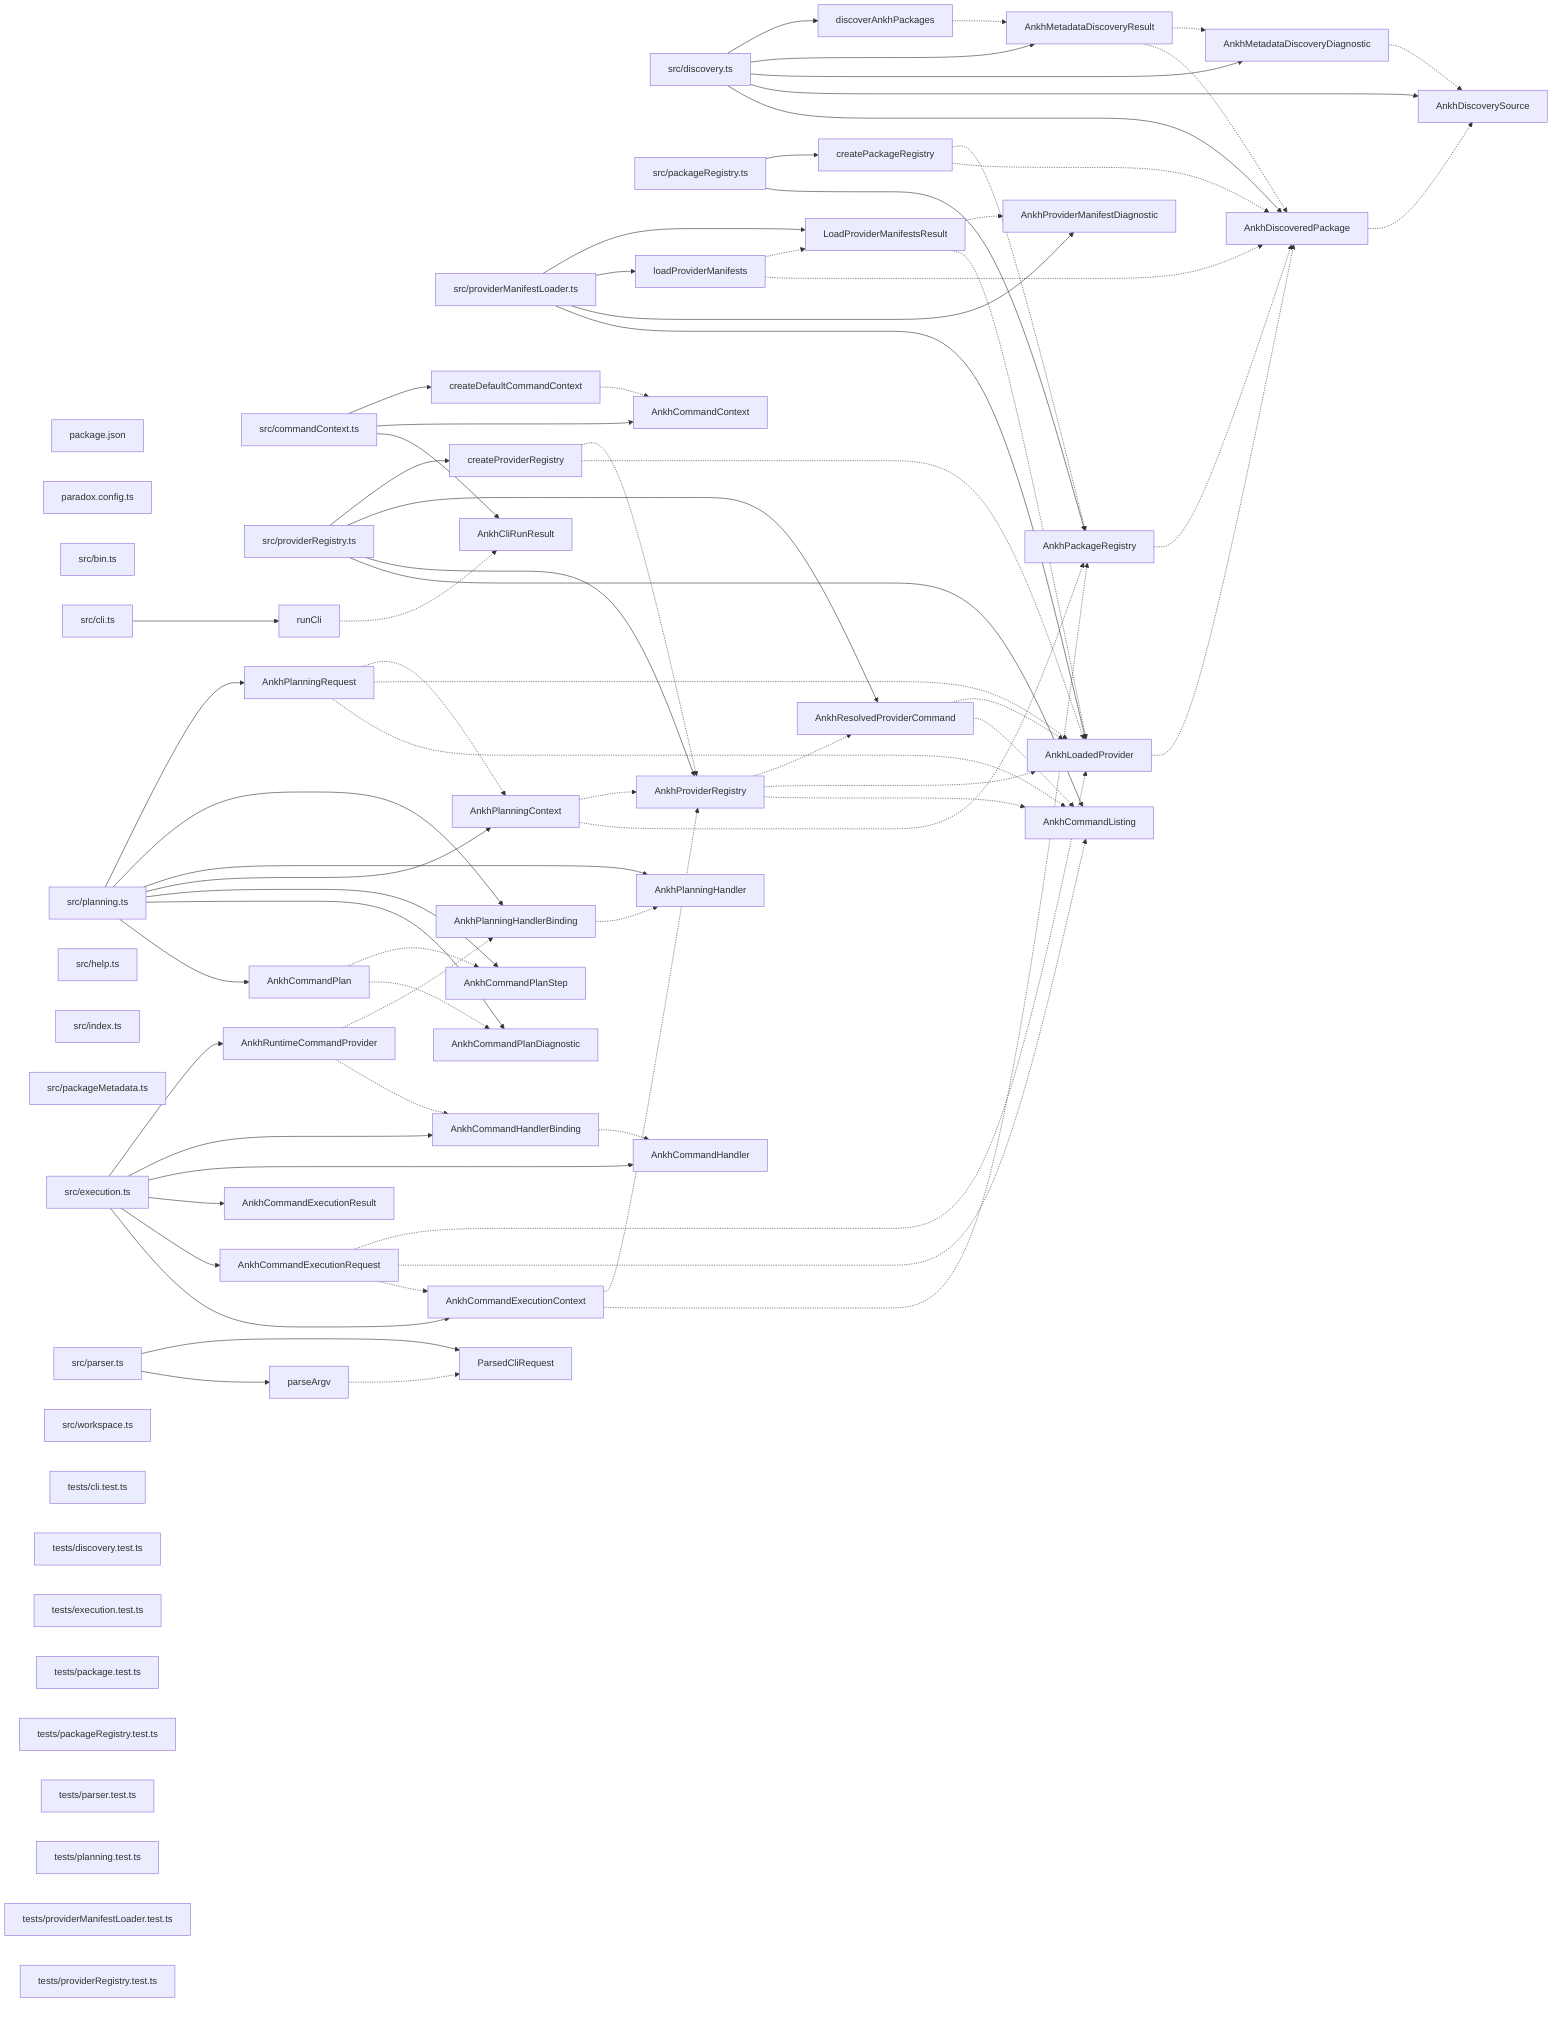
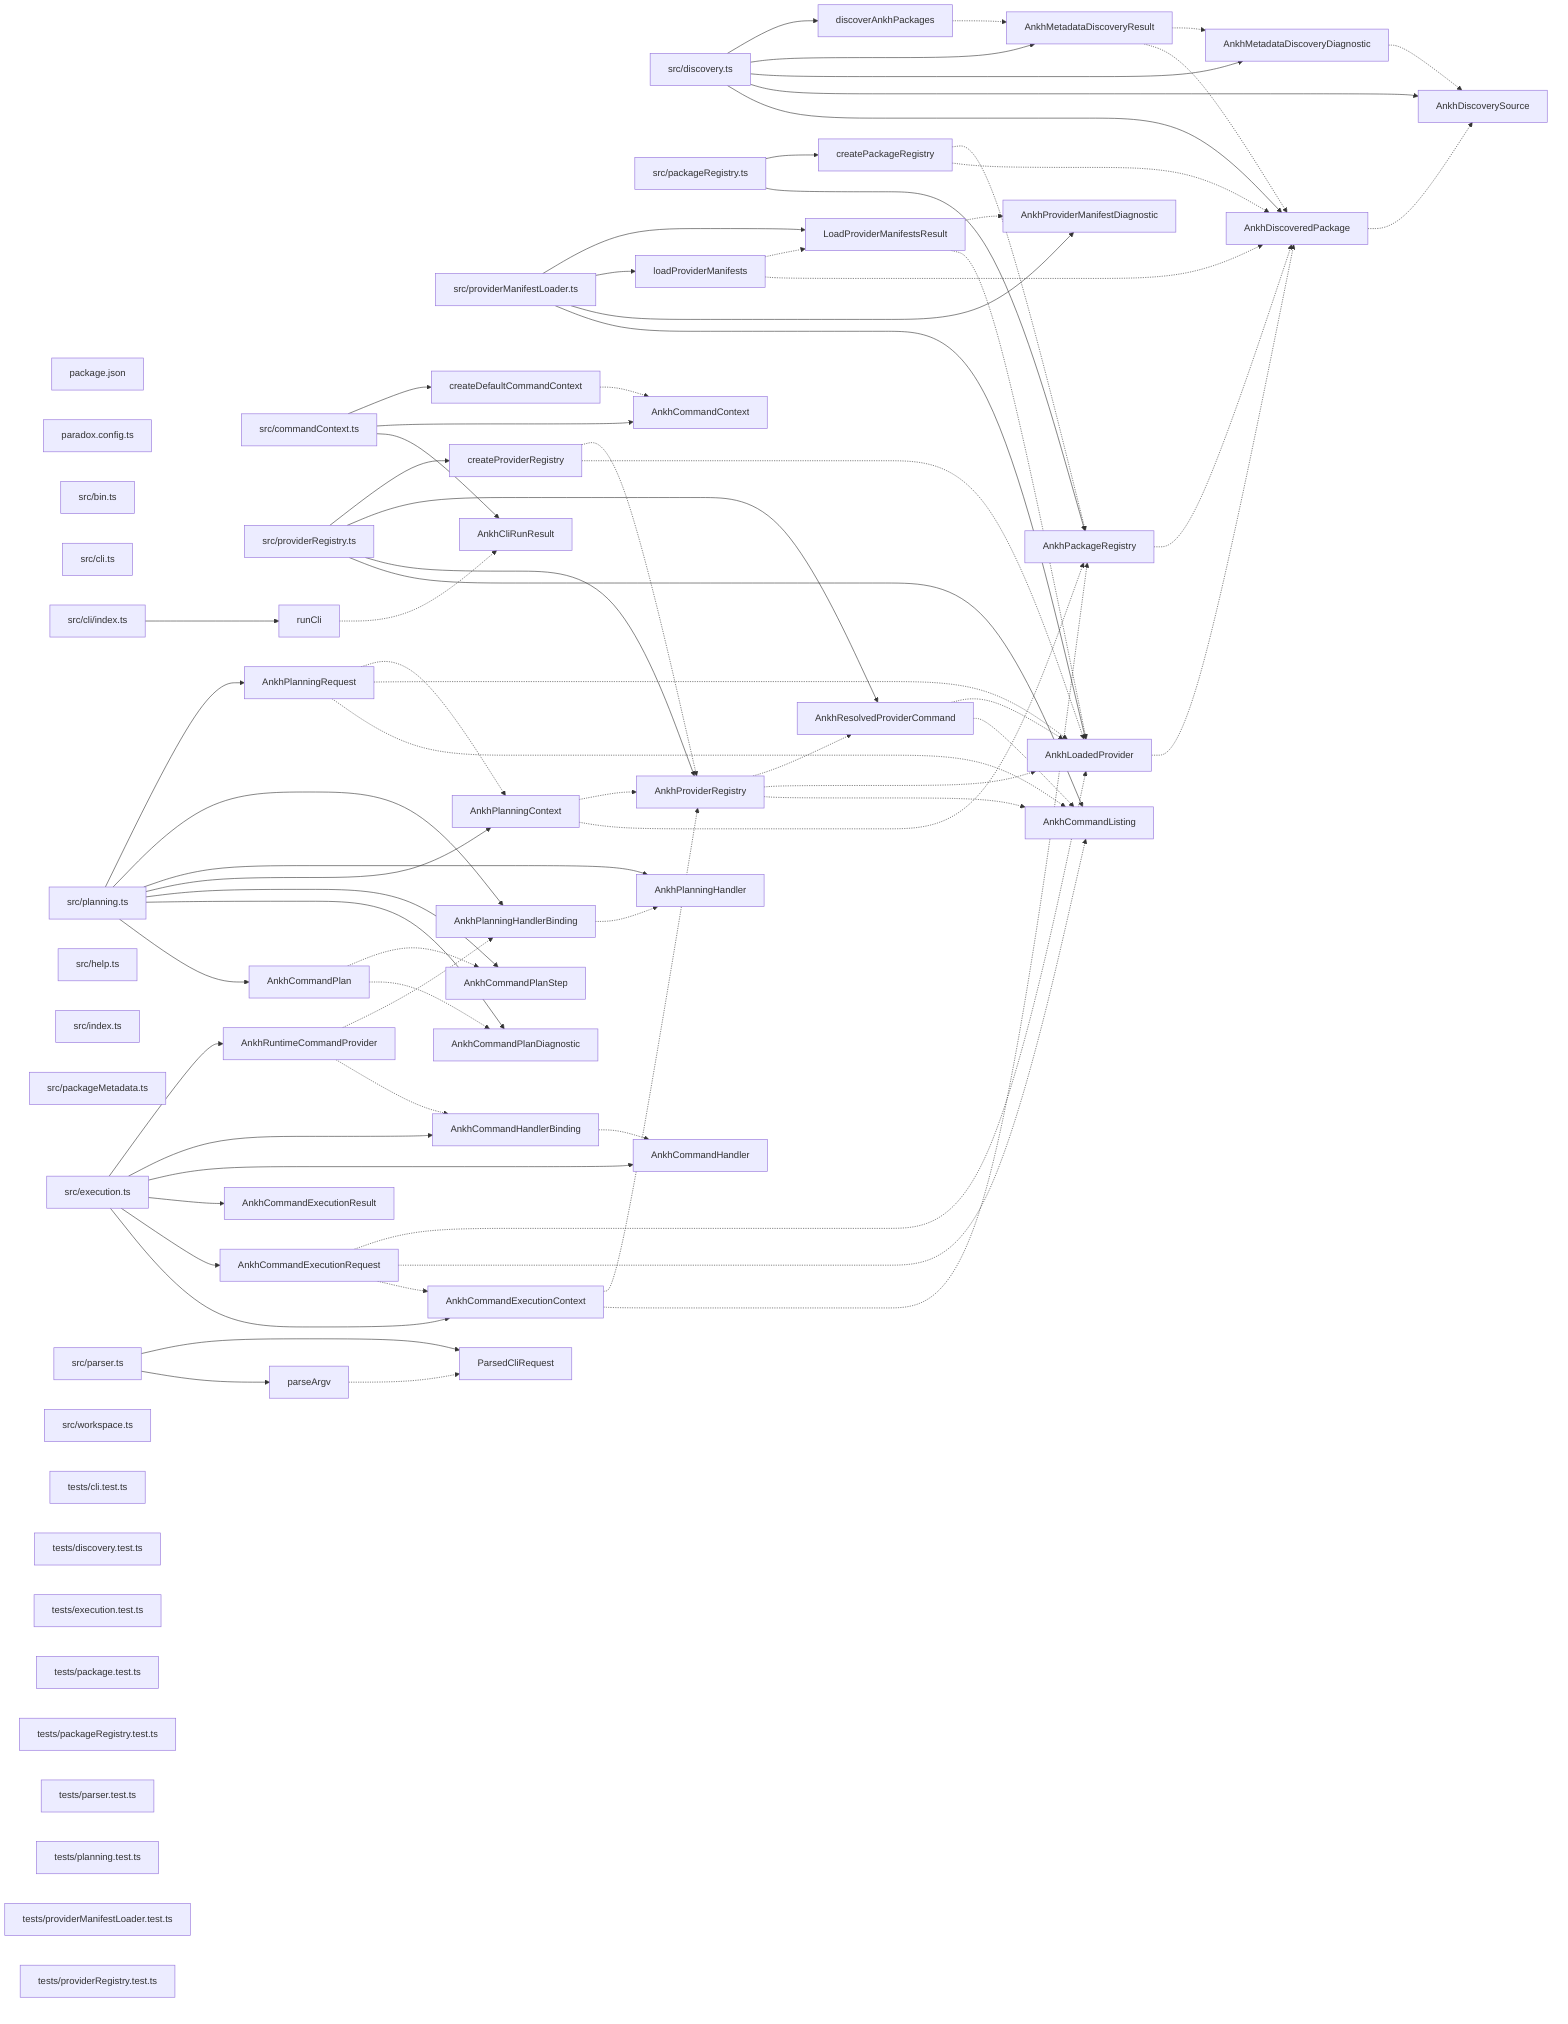
graph LR
  module_package_json["package.json"]
  module_paradox_config_ts["paradox.config.ts"]
  module_src_bin_ts["src/bin.ts"]
  module_src_cli_ts["src/cli.ts"]
+   module_src_cli_index_ts["src/cli/index.ts"]
  module_src_commandContext_ts["src/commandContext.ts"]
  module_src_discovery_ts["src/discovery.ts"]
  module_src_execution_ts["src/execution.ts"]
  module_src_help_ts["src/help.ts"]
  module_src_index_ts["src/index.ts"]
  module_src_packageMetadata_ts["src/packageMetadata.ts"]
  module_src_packageRegistry_ts["src/packageRegistry.ts"]
  module_src_parser_ts["src/parser.ts"]
  module_src_planning_ts["src/planning.ts"]
  module_src_providerManifestLoader_ts["src/providerManifestLoader.ts"]
  module_src_providerRegistry_ts["src/providerRegistry.ts"]
  module_src_workspace_ts["src/workspace.ts"]
  module_tests_cli_test_ts["tests/cli.test.ts"]
  module_tests_discovery_test_ts["tests/discovery.test.ts"]
  module_tests_execution_test_ts["tests/execution.test.ts"]
  module_tests_package_test_ts["tests/package.test.ts"]
  module_tests_packageRegistry_test_ts["tests/packageRegistry.test.ts"]
  module_tests_parser_test_ts["tests/parser.test.ts"]
  module_tests_planning_test_ts["tests/planning.test.ts"]
  module_tests_providerManifestLoader_test_ts["tests/providerManifestLoader.test.ts"]
  module_tests_providerRegistry_test_ts["tests/providerRegistry.test.ts"]
  export_AnkhCliRunResult["AnkhCliRunResult"]
  module_src_commandContext_ts --> export_AnkhCliRunResult
  export_AnkhCommandContext["AnkhCommandContext"]
  module_src_commandContext_ts --> export_AnkhCommandContext
  export_AnkhCommandExecutionContext["AnkhCommandExecutionContext"]
  module_src_execution_ts --> export_AnkhCommandExecutionContext
  export_AnkhCommandExecutionContext -.-> export_AnkhPackageRegistry
  export_AnkhCommandExecutionContext -.-> export_AnkhProviderRegistry
  export_AnkhCommandExecutionRequest["AnkhCommandExecutionRequest"]
  module_src_execution_ts --> export_AnkhCommandExecutionRequest
  export_AnkhCommandExecutionRequest -.-> export_AnkhCommandExecutionContext
  export_AnkhCommandExecutionRequest -.-> export_AnkhCommandListing
  export_AnkhCommandExecutionRequest -.-> export_AnkhLoadedProvider
  export_AnkhCommandExecutionResult["AnkhCommandExecutionResult"]
  module_src_execution_ts --> export_AnkhCommandExecutionResult
  export_AnkhCommandHandler["AnkhCommandHandler"]
  module_src_execution_ts --> export_AnkhCommandHandler
  export_AnkhCommandHandlerBinding["AnkhCommandHandlerBinding"]
  module_src_execution_ts --> export_AnkhCommandHandlerBinding
  export_AnkhCommandHandlerBinding -.-> export_AnkhCommandHandler
  export_AnkhCommandListing["AnkhCommandListing"]
  module_src_providerRegistry_ts --> export_AnkhCommandListing
  export_AnkhCommandPlan["AnkhCommandPlan"]
  module_src_planning_ts --> export_AnkhCommandPlan
  export_AnkhCommandPlan -.-> export_AnkhCommandPlanDiagnostic
  export_AnkhCommandPlan -.-> export_AnkhCommandPlanStep
  export_AnkhCommandPlanDiagnostic["AnkhCommandPlanDiagnostic"]
  module_src_planning_ts --> export_AnkhCommandPlanDiagnostic
  export_AnkhCommandPlanStep["AnkhCommandPlanStep"]
  module_src_planning_ts --> export_AnkhCommandPlanStep
  export_AnkhDiscoveredPackage["AnkhDiscoveredPackage"]
  module_src_discovery_ts --> export_AnkhDiscoveredPackage
  export_AnkhDiscoveredPackage -.-> export_AnkhDiscoverySource
  export_AnkhDiscoverySource["AnkhDiscoverySource"]
  module_src_discovery_ts --> export_AnkhDiscoverySource
  export_AnkhLoadedProvider["AnkhLoadedProvider"]
  module_src_providerManifestLoader_ts --> export_AnkhLoadedProvider
  export_AnkhLoadedProvider -.-> export_AnkhDiscoveredPackage
  export_AnkhMetadataDiscoveryDiagnostic["AnkhMetadataDiscoveryDiagnostic"]
  module_src_discovery_ts --> export_AnkhMetadataDiscoveryDiagnostic
  export_AnkhMetadataDiscoveryDiagnostic -.-> export_AnkhDiscoverySource
  export_AnkhMetadataDiscoveryResult["AnkhMetadataDiscoveryResult"]
  module_src_discovery_ts --> export_AnkhMetadataDiscoveryResult
  export_AnkhMetadataDiscoveryResult -.-> export_AnkhDiscoveredPackage
  export_AnkhMetadataDiscoveryResult -.-> export_AnkhMetadataDiscoveryDiagnostic
  export_AnkhPackageRegistry["AnkhPackageRegistry"]
  module_src_packageRegistry_ts --> export_AnkhPackageRegistry
  export_AnkhPackageRegistry -.-> export_AnkhDiscoveredPackage
  export_AnkhPlanningContext["AnkhPlanningContext"]
  module_src_planning_ts --> export_AnkhPlanningContext
  export_AnkhPlanningContext -.-> export_AnkhPackageRegistry
  export_AnkhPlanningContext -.-> export_AnkhProviderRegistry
  export_AnkhPlanningHandler["AnkhPlanningHandler"]
  module_src_planning_ts --> export_AnkhPlanningHandler
  export_AnkhPlanningHandlerBinding["AnkhPlanningHandlerBinding"]
  module_src_planning_ts --> export_AnkhPlanningHandlerBinding
  export_AnkhPlanningHandlerBinding -.-> export_AnkhPlanningHandler
  export_AnkhPlanningRequest["AnkhPlanningRequest"]
  module_src_planning_ts --> export_AnkhPlanningRequest
  export_AnkhPlanningRequest -.-> export_AnkhCommandListing
  export_AnkhPlanningRequest -.-> export_AnkhLoadedProvider
  export_AnkhPlanningRequest -.-> export_AnkhPlanningContext
  export_AnkhProviderManifestDiagnostic["AnkhProviderManifestDiagnostic"]
  module_src_providerManifestLoader_ts --> export_AnkhProviderManifestDiagnostic
  export_AnkhProviderRegistry["AnkhProviderRegistry"]
  module_src_providerRegistry_ts --> export_AnkhProviderRegistry
  export_AnkhProviderRegistry -.-> export_AnkhCommandListing
  export_AnkhProviderRegistry -.-> export_AnkhLoadedProvider
  export_AnkhProviderRegistry -.-> export_AnkhResolvedProviderCommand
  export_AnkhResolvedProviderCommand["AnkhResolvedProviderCommand"]
  module_src_providerRegistry_ts --> export_AnkhResolvedProviderCommand
  export_AnkhResolvedProviderCommand -.-> export_AnkhCommandListing
  export_AnkhResolvedProviderCommand -.-> export_AnkhLoadedProvider
  export_AnkhRuntimeCommandProvider["AnkhRuntimeCommandProvider"]
  module_src_execution_ts --> export_AnkhRuntimeCommandProvider
  export_AnkhRuntimeCommandProvider -.-> export_AnkhCommandHandlerBinding
  export_AnkhRuntimeCommandProvider -.-> export_AnkhPlanningHandlerBinding
  export_createDefaultCommandContext["createDefaultCommandContext"]
  module_src_commandContext_ts --> export_createDefaultCommandContext
  export_createDefaultCommandContext -.-> export_AnkhCommandContext
  export_createPackageRegistry["createPackageRegistry"]
  module_src_packageRegistry_ts --> export_createPackageRegistry
  export_createPackageRegistry -.-> export_AnkhDiscoveredPackage
  export_createPackageRegistry -.-> export_AnkhPackageRegistry
  export_createProviderRegistry["createProviderRegistry"]
  module_src_providerRegistry_ts --> export_createProviderRegistry
  export_createProviderRegistry -.-> export_AnkhLoadedProvider
  export_createProviderRegistry -.-> export_AnkhProviderRegistry
  export_discoverAnkhPackages["discoverAnkhPackages"]
  module_src_discovery_ts --> export_discoverAnkhPackages
  export_discoverAnkhPackages -.-> export_AnkhMetadataDiscoveryResult
  export_loadProviderManifests["loadProviderManifests"]
  module_src_providerManifestLoader_ts --> export_loadProviderManifests
  export_loadProviderManifests -.-> export_AnkhDiscoveredPackage
  export_loadProviderManifests -.-> export_LoadProviderManifestsResult
  export_LoadProviderManifestsResult["LoadProviderManifestsResult"]
  module_src_providerManifestLoader_ts --> export_LoadProviderManifestsResult
  export_LoadProviderManifestsResult -.-> export_AnkhLoadedProvider
  export_LoadProviderManifestsResult -.-> export_AnkhProviderManifestDiagnostic
  export_parseArgv["parseArgv"]
  module_src_parser_ts --> export_parseArgv
  export_parseArgv -.-> export_ParsedCliRequest
  export_ParsedCliRequest["ParsedCliRequest"]
  module_src_parser_ts --> export_ParsedCliRequest
  export_runCli["runCli"]
-   module_src_cli_ts --> export_runCli
+   module_src_cli_index_ts --> export_runCli
  export_runCli -.-> export_AnkhCliRunResult
